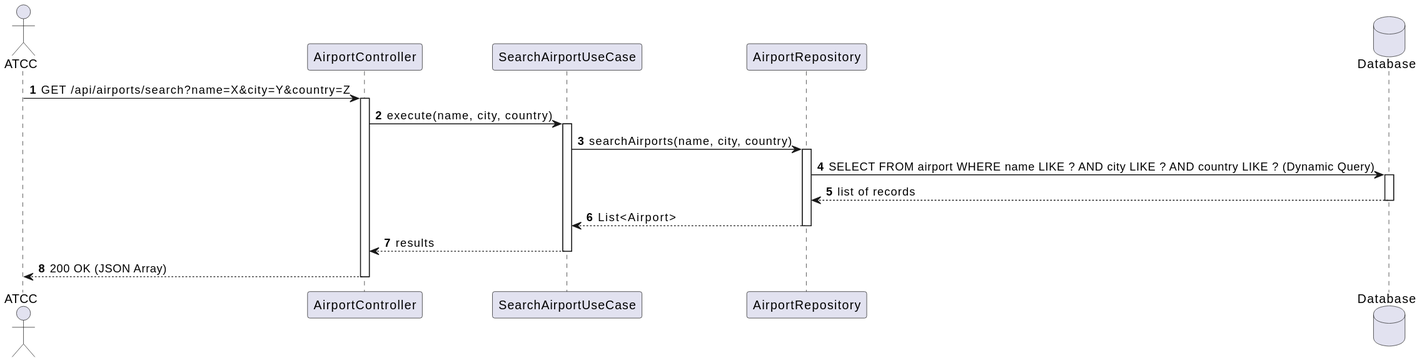
Above: docs/use-cases/WP#_A/WP#2A/svg/sequence-diagram/sd_us108.svg in VascoMagolo/psoft_1231562_1241692_1242036_2db (PlantUML), before the change.
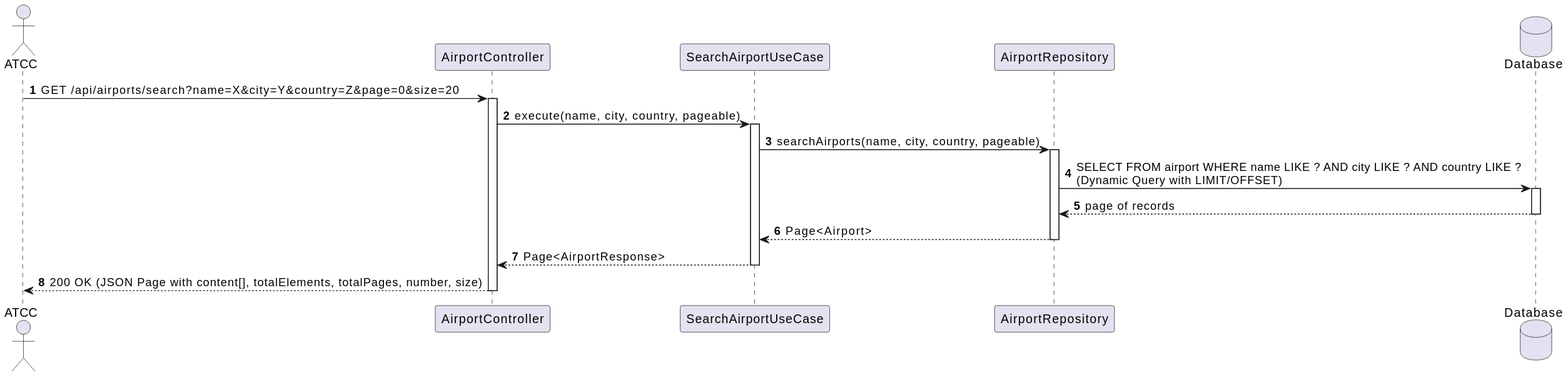
The same diagram one commit later.

What changed in the source:
```diff
@@ -6,24 +6,24 @@
 participant "AirportRepository" as Repo
 database "Database" as DB
 
-ATCC -> Ctrl : GET /api/airports/search?name=X&city=Y&country=Z
+ATCC -> Ctrl : GET /api/airports/search?name=X&city=Y&country=Z&page=0&size=20
 activate Ctrl
 
-Ctrl -> UC : execute(name, city, country)
+Ctrl -> UC : execute(name, city, country, pageable)
 activate UC
 
-UC -> Repo : searchAirports(name, city, country)
+UC -> Repo : searchAirports(name, city, country, pageable)
 activate Repo
-Repo -> DB : SELECT FROM airport WHERE name LIKE ? AND city LIKE ? AND country LIKE ? (Dynamic Query)
+Repo -> DB : SELECT FROM airport WHERE name LIKE ? AND city LIKE ? AND country LIKE ?\n(Dynamic Query with LIMIT/OFFSET)
 activate DB
-DB --> Repo : list of records
+DB --> Repo : page of records
 deactivate DB
-Repo --> UC : List<Airport>
+Repo --> UC : Page<Airport>
 deactivate Repo
 
-UC --> Ctrl : results
+UC --> Ctrl : Page<AirportResponse>
 deactivate UC
 
-Ctrl --> ATCC : 200 OK (JSON Array)
+Ctrl --> ATCC : 200 OK (JSON Page with content[], totalElements, totalPages, number, size)
 deactivate Ctrl
 @enduml
```
